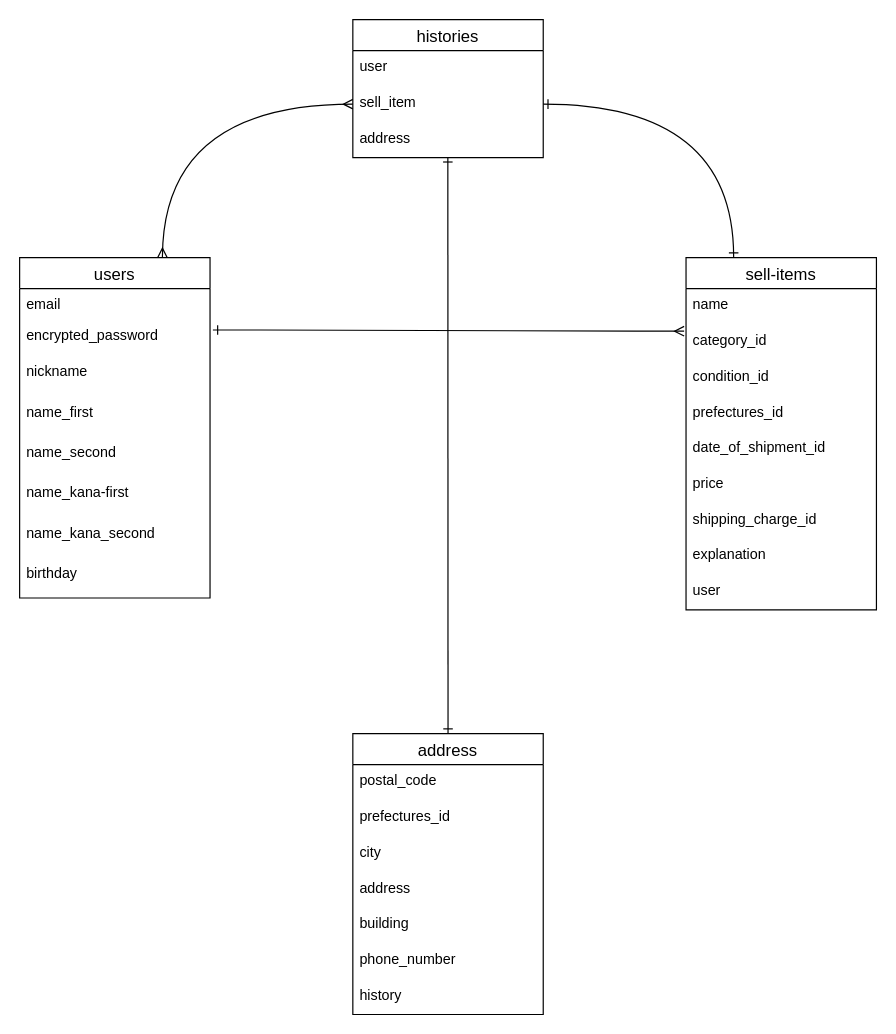
This is hurima.dio from Tsutomu-sasaki1/furima-31549, a draw.io file, before an edit. Source tidied: cells renumbered, new cells numbered last; positions are measured from the earlier drawing's top-left corner, leaving out a move shared by most shapes. Both pictures are drawn from the tidied source at 119%, with x=0, y=0 at pixel (19, 19).
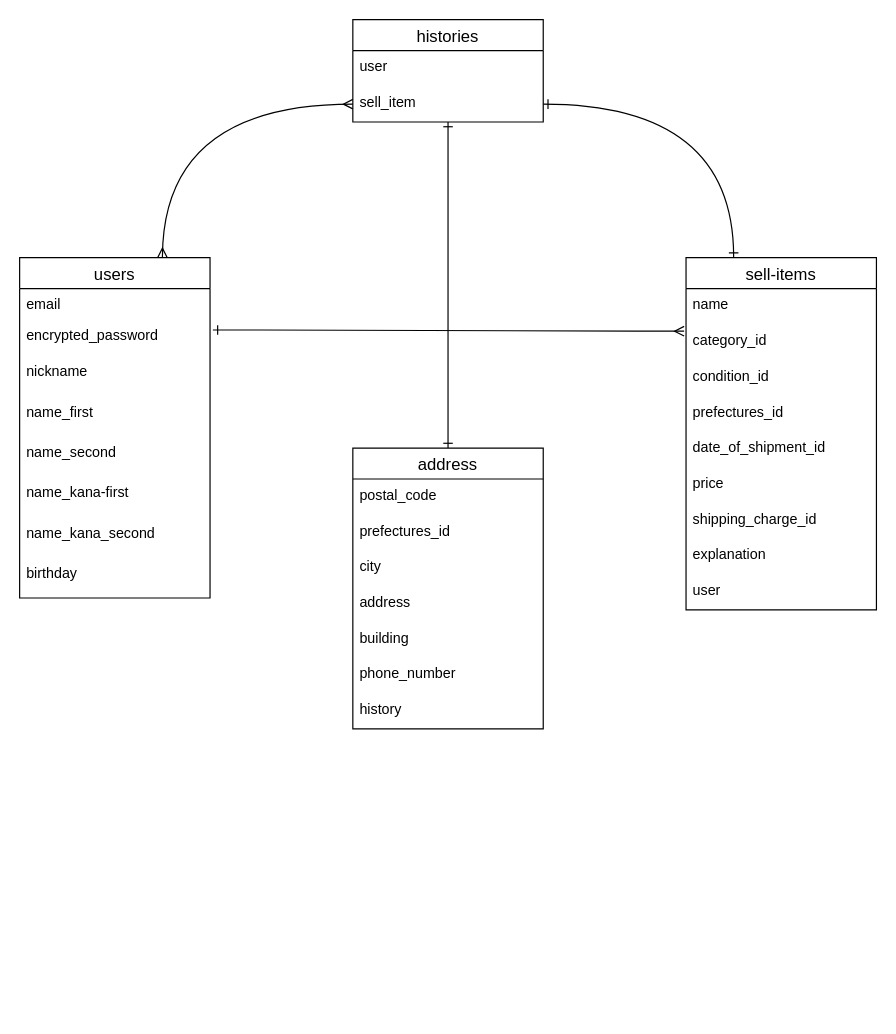
The same page after the edit.

Commit message (it also covers changes not shown here):
購入管理テーブルからadress削除

Unchanged cells that the change refers to:
```xml
<mxCell id="33" value="sell_item" style="text;strokeColor=none;fillColor=none;spacingLeft=4;spacingRight=4;overflow=hidden;points=[[0,0.5],[1,0.5]];portConstraint=eastwest;fontSize=12;" parent="31" vertex="1">
  <mxGeometry y="56" width="160" height="30" as="geometry" />
</mxCell>
```

Change to the diagram source:
```diff
@@
-    <mxCell id="12" style="rounded=0;jettySize=auto;html=1;exitX=0.5;exitY=0;exitDx=0;exitDy=0;startArrow=ERone;startFill=0;endArrow=ERone;endFill=0;entryX=0.499;entryY=0.988;entryDx=0;entryDy=0;entryPerimeter=0;" parent="1" edge="1" source="13" target="34">
-      <mxGeometry relative="1" as="geometry" />
-    </mxCell>
+    <mxCell id="37" style="edgeStyle=none;rounded=0;jettySize=auto;html=1;exitX=0.5;exitY=0;exitDx=0;exitDy=0;startArrow=ERone;startFill=0;endArrow=ERone;endFill=0;" parent="1" edge="1" source="13" target="33">
+      <mxGeometry relative="1" as="geometry" />
+    </mxCell>
     <mxCell id="13" value="address" style="swimlane;fontStyle=0;horizontal=1;startSize=26;align=center;fontSize=14;" parent="1" vertex="1">
-      <mxGeometry x="280" y="600" width="160" height="236" as="geometry" />
+      <mxGeometry x="280" y="360" width="160" height="236" as="geometry" />
     </mxCell>
@@
     <mxCell id="31" value="histories" style="swimlane;fontStyle=0;horizontal=1;startSize=26;align=center;fontSize=14;" parent="1" vertex="1">
-      <mxGeometry x="280" width="160" height="116" as="geometry" />
+      <mxGeometry x="280" width="160" height="86" as="geometry" />
     </mxCell>
@@
-    <mxCell id="34" value="address" style="text;strokeColor=none;fillColor=none;spacingLeft=4;spacingRight=4;overflow=hidden;points=[[0,0.5],[1,0.5]];portConstraint=eastwest;fontSize=12;" parent="31" vertex="1">
-      <mxGeometry y="86" width="160" height="30" as="geometry" />
-    </mxCell>
```
